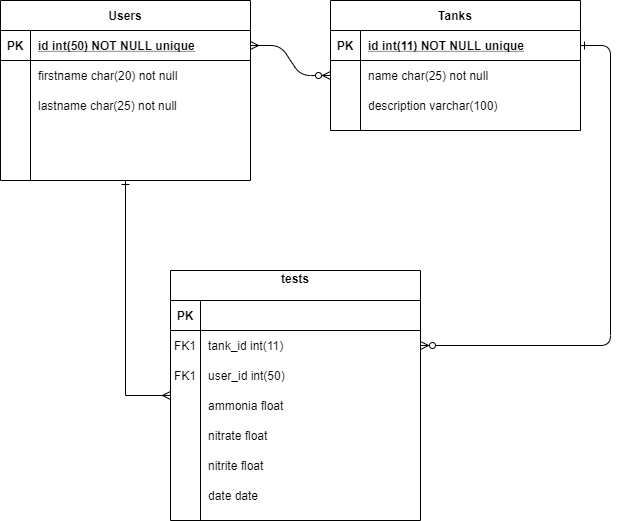
This is ERD.png from knightscode94/QA-SFIA, a draw.io export, as it was before one commit. Source tidied: cells renumbered, new cells last; positions are measured from the earlier drawing's top-left corner, leaving out a move shared by most shapes.
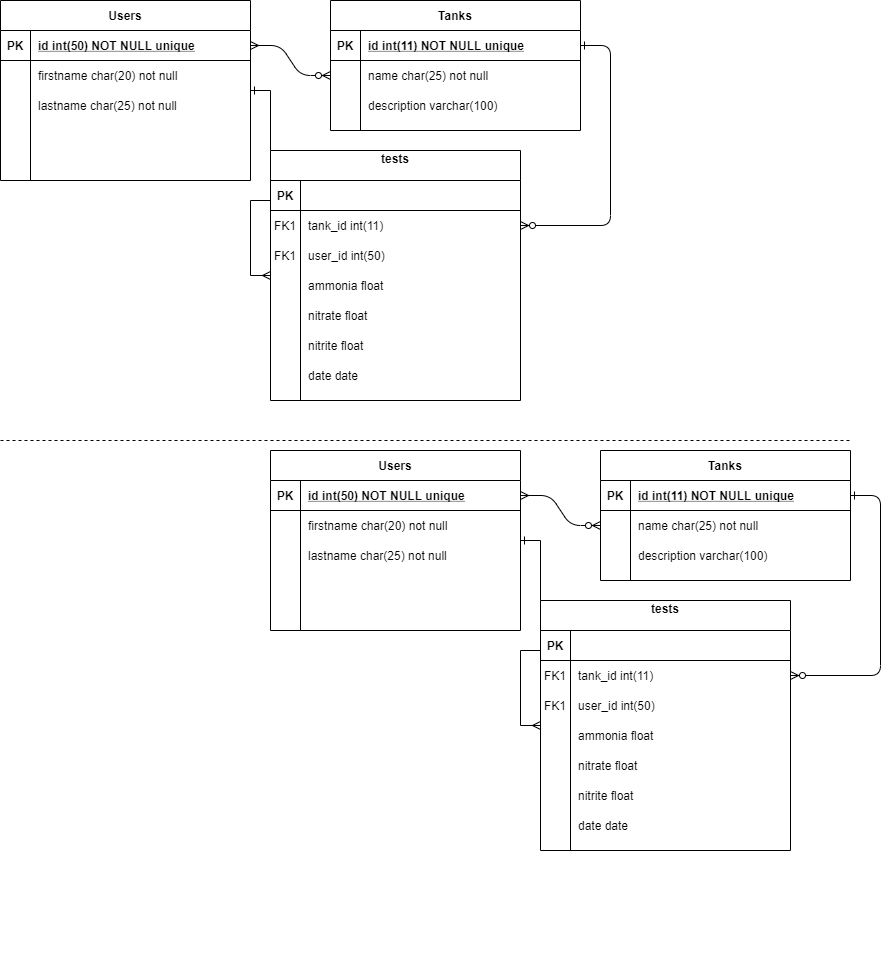
Above is the later version.

Diff of the diagram source:
```diff
@@ -2,13 +2,10 @@
   <root>
     <mxCell id="0" />
     <mxCell id="1" parent="0" />
-    <mxCell id="2" style="edgeStyle=entityRelationEdgeStyle;endArrow=ERzeroToMany;startArrow=ERmany;endFill=1;startFill=0;" parent="1" edge="1" source="6" target="18">
-      <mxGeometry relative="1" as="geometry" />
-    </mxCell>
-    <mxCell id="3" style="edgeStyle=entityRelationEdgeStyle;endArrow=ERzeroToMany;startArrow=ERone;endFill=1;startFill=0;" parent="1" edge="1" source="15" target="35">
-      <mxGeometry relative="1" as="geometry" />
-    </mxCell>
+    <mxCell id="42" style="group;" parent="1" vertex="1">
+      <mxGeometry x="-120" y="-120" width="580" height="520" as="geometry" />
+    </mxCell>
-    <mxCell id="4" style="group;" parent="1" vertex="1">
+    <mxCell id="4" style="group;" parent="42" vertex="1">
       <mxGeometry width="250" height="180" as="geometry" />
     </mxCell>
     <mxCell id="5" value="Users" style="shape=table;startSize=30;rowLines=0;fontStyle=1;align=center;" parent="4" vertex="1">
@@ -35,7 +32,7 @@
     <mxCell id="12" value="lastname char(25) not null" style="shape=partialRectangle;overflow=hidden;fillColor=none;top=0;left=0;bottom=0;right=0;align=left;spacingLeft=6;" parent="4" vertex="1">
       <mxGeometry x="30" y="90" width="220" height="30" as="geometry" />
     </mxCell>
-    <mxCell id="13" style="group;" parent="1" vertex="1">
+    <mxCell id="13" style="group;" parent="42" vertex="1">
       <mxGeometry x="330" width="250" height="130" as="geometry" />
     </mxCell>
     <mxCell id="14" value="Tanks" style="shape=table;startSize=30;rowLines=0;fontStyle=1;align=center;" parent="13" vertex="1">
@@ -68,8 +65,17 @@
     <mxCell id="23" value="description varchar(100)" style="shape=partialRectangle;overflow=hidden;fillColor=none;top=0;left=0;bottom=0;right=0;align=left;spacingLeft=6;" parent="21" vertex="1">
       <mxGeometry x="30" width="220" height="30" as="geometry" />
     </mxCell>
+    <mxCell id="2" style="edgeStyle=entityRelationEdgeStyle;endArrow=ERzeroToMany;startArrow=ERmany;endFill=1;startFill=0;" parent="42" edge="1" source="6" target="18">
+      <mxGeometry relative="1" as="geometry" />
+    </mxCell>
+    <mxCell id="3" style="edgeStyle=entityRelationEdgeStyle;endArrow=ERzeroToMany;startArrow=ERone;endFill=1;startFill=0;" parent="42" edge="1" source="15" target="35">
+      <mxGeometry relative="1" as="geometry" />
+    </mxCell>
+    <mxCell id="41" style="edgeStyle=orthogonalEdgeStyle;rounded=0;jettySize=auto;html=1;entryX=0;entryY=0.5;entryDx=0;entryDy=0;startArrow=ERone;startFill=0;endArrow=ERmany;endFill=0;" parent="42" edge="1" source="5" target="31">
+      <mxGeometry relative="1" as="geometry" />
+    </mxCell>
-    <mxCell id="24" style="group;" parent="1" vertex="1">
-      <mxGeometry x="170" y="270" width="250" height="250" as="geometry" />
+    <mxCell id="24" style="group;" parent="42" vertex="1">
+      <mxGeometry x="270" y="150" width="250" height="250" as="geometry" />
     </mxCell>
     <mxCell id="25" style="group;" parent="24" vertex="1">
       <mxGeometry width="250" height="250" as="geometry" />
@@ -119,8 +125,134 @@
     <mxCell id="40" value="user_id int(50)" style="shape=partialRectangle;overflow=hidden;fillColor=none;top=0;left=0;bottom=0;right=0;align=left;spacingLeft=6;" parent="38" vertex="1">
       <mxGeometry x="30" width="220" height="30" as="geometry" />
     </mxCell>
-    <mxCell id="41" style="edgeStyle=orthogonalEdgeStyle;rounded=0;jettySize=auto;html=1;entryX=0;entryY=0.5;entryDx=0;entryDy=0;startArrow=ERone;startFill=0;endArrow=ERmany;endFill=0;" parent="1" edge="1" source="5" target="31">
-      <mxGeometry relative="1" as="geometry" />
-    </mxCell>
+    <mxCell id="43" style="endArrow=none;dashed=1;html=1;" parent="1" edge="1">
+      <mxGeometry relative="1" as="geometry">
+        <mxPoint x="-120" y="320" as="sourcePoint" />
+        <mxPoint x="730" y="320" as="targetPoint" />
+      </mxGeometry>
+    </mxCell>
+    <mxCell id="44" style="group;" parent="1" vertex="1">
+      <mxGeometry x="150" y="330" width="580" height="520" as="geometry" />
+    </mxCell>
+    <mxCell id="45" style="group;" parent="44" vertex="1">
+      <mxGeometry width="250" height="180" as="geometry" />
+    </mxCell>
+    <mxCell id="46" value="Users" style="shape=table;startSize=30;rowLines=0;fontStyle=1;align=center;" parent="45" vertex="1">
+      <mxGeometry width="250" height="180" as="geometry" />
+    </mxCell>
+    <mxCell id="47" style="shape=partialRectangle;fillColor=none;points=[[0,0.5],[1,0.5]];portConstraint=eastwest;top=0;left=0;right=0;bottom=1;" parent="46" vertex="1">
+      <mxGeometry y="30" width="250" height="30" as="geometry" />
+    </mxCell>
+    <mxCell id="48" value="PK" style="shape=partialRectangle;overflow=hidden;fillColor=none;top=0;left=0;bottom=0;right=0;fontStyle=1;" parent="47" vertex="1">
+      <mxGeometry width="30" height="30" as="geometry" />
+    </mxCell>
+    <mxCell id="49" value="id int(50) NOT NULL unique" style="shape=partialRectangle;overflow=hidden;fillColor=none;top=0;left=0;bottom=0;right=0;align=left;spacingLeft=6;fontStyle=5;" parent="47" vertex="1">
+      <mxGeometry x="30" width="220" height="30" as="geometry" />
+    </mxCell>
+    <mxCell id="50" style="shape=partialRectangle;fillColor=none;top=0;left=0;right=0;bottom=0;" parent="46" vertex="1">
+      <mxGeometry y="60" width="250" height="30" as="geometry" />
+    </mxCell>
+    <mxCell id="51" style="shape=partialRectangle;overflow=hidden;fillColor=none;top=0;left=0;bottom=0;right=0;" parent="50" vertex="1">
+      <mxGeometry width="30" height="30" as="geometry" />
+    </mxCell>
+    <mxCell id="52" value="firstname char(20) not null" style="shape=partialRectangle;overflow=hidden;fillColor=none;top=0;left=0;bottom=0;right=0;align=left;spacingLeft=6;" parent="50" vertex="1">
+      <mxGeometry x="30" width="220" height="30" as="geometry" />
+    </mxCell>
+    <mxCell id="53" value="lastname char(25) not null" style="shape=partialRectangle;overflow=hidden;fillColor=none;top=0;left=0;bottom=0;right=0;align=left;spacingLeft=6;" parent="45" vertex="1">
+      <mxGeometry x="30" y="90" width="220" height="30" as="geometry" />
+    </mxCell>
+    <mxCell id="54" style="group;" parent="44" vertex="1">
+      <mxGeometry x="330" width="250" height="130" as="geometry" />
+    </mxCell>
+    <mxCell id="55" value="Tanks" style="shape=table;startSize=30;rowLines=0;fontStyle=1;align=center;" parent="54" vertex="1">
+      <mxGeometry width="250" height="130" as="geometry" />
+    </mxCell>
+    <mxCell id="56" style="shape=partialRectangle;fillColor=none;points=[[0,0.5],[1,0.5]];portConstraint=eastwest;top=0;left=0;right=0;bottom=1;" parent="55" vertex="1">
+      <mxGeometry y="30" width="250" height="30" as="geometry" />
+    </mxCell>
+    <mxCell id="57" value="PK" style="shape=partialRectangle;overflow=hidden;fillColor=none;top=0;left=0;bottom=0;right=0;fontStyle=1;" parent="56" vertex="1">
+      <mxGeometry width="30" height="30" as="geometry" />
+    </mxCell>
+    <mxCell id="58" value="id int(11) NOT NULL unique" style="shape=partialRectangle;overflow=hidden;fillColor=none;top=0;left=0;bottom=0;right=0;align=left;spacingLeft=6;fontStyle=5;" parent="56" vertex="1">
+      <mxGeometry x="30" width="220" height="30" as="geometry" />
+    </mxCell>
+    <mxCell id="59" style="shape=partialRectangle;fillColor=none;points=[[0,0.5],[1,0.5]];portConstraint=eastwest;top=0;left=0;right=0;bottom=0;" parent="55" vertex="1">
+      <mxGeometry y="60" width="250" height="30" as="geometry" />
+    </mxCell>
+    <mxCell id="60" style="shape=partialRectangle;overflow=hidden;fillColor=none;top=0;left=0;bottom=0;right=0;" parent="59" vertex="1">
+      <mxGeometry width="30" height="30" as="geometry" />
+    </mxCell>
+    <mxCell id="61" value="name char(25) not null" style="shape=partialRectangle;overflow=hidden;fillColor=none;top=0;left=0;bottom=0;right=0;align=left;spacingLeft=6;" parent="59" vertex="1">
+      <mxGeometry x="30" width="220" height="30" as="geometry" />
+    </mxCell>
+    <mxCell id="62" style="shape=partialRectangle;fillColor=none;top=0;left=0;right=0;bottom=0;" parent="55" vertex="1">
+      <mxGeometry y="90" width="250" height="30" as="geometry" />
+    </mxCell>
+    <mxCell id="63" style="shape=partialRectangle;overflow=hidden;fillColor=none;top=0;left=0;bottom=0;right=0;" parent="62" vertex="1">
+      <mxGeometry width="30" height="30" as="geometry" />
+    </mxCell>
+    <mxCell id="64" value="description varchar(100)" style="shape=partialRectangle;overflow=hidden;fillColor=none;top=0;left=0;bottom=0;right=0;align=left;spacingLeft=6;" parent="62" vertex="1">
+      <mxGeometry x="30" width="220" height="30" as="geometry" />
+    </mxCell>
+    <mxCell id="65" style="edgeStyle=entityRelationEdgeStyle;endArrow=ERzeroToMany;startArrow=ERmany;endFill=1;startFill=0;" parent="44" edge="1" source="47" target="59">
+      <mxGeometry relative="1" as="geometry" />
+    </mxCell>
+    <mxCell id="66" style="edgeStyle=entityRelationEdgeStyle;endArrow=ERzeroToMany;startArrow=ERone;endFill=1;startFill=0;" parent="44" edge="1" source="56" target="79">
+      <mxGeometry relative="1" as="geometry" />
+    </mxCell>
+    <mxCell id="67" style="edgeStyle=orthogonalEdgeStyle;rounded=0;jettySize=auto;html=1;entryX=0;entryY=0.5;entryDx=0;entryDy=0;startArrow=ERone;startFill=0;endArrow=ERmany;endFill=0;" parent="44" edge="1" source="46" target="75">
+      <mxGeometry relative="1" as="geometry" />
+    </mxCell>
+    <mxCell id="68" style="group;" parent="44" vertex="1">
+      <mxGeometry x="270" y="150" width="250" height="250" as="geometry" />
+    </mxCell>
+    <mxCell id="69" style="group;" parent="68" vertex="1">
+      <mxGeometry width="250" height="250" as="geometry" />
+    </mxCell>
+    <mxCell id="70" value="FK1" style="shape=partialRectangle;overflow=hidden;fillColor=none;top=0;left=0;bottom=0;right=0;" parent="69" vertex="1">
+      <mxGeometry y="90" width="30" height="30" as="geometry" />
+    </mxCell>
+    <mxCell id="71" value="ammonia float" style="shape=partialRectangle;overflow=hidden;fillColor=none;top=0;left=0;bottom=0;right=0;align=left;spacingLeft=6;" parent="69" vertex="1">
+      <mxGeometry x="30" y="120" width="220" height="30" as="geometry" />
+    </mxCell>
+    <mxCell id="72" value="nitrate float" style="shape=partialRectangle;overflow=hidden;fillColor=none;top=0;left=0;bottom=0;right=0;align=left;spacingLeft=6;" parent="69" vertex="1">
+      <mxGeometry x="30" y="150" width="220" height="30" as="geometry" />
+    </mxCell>
+    <mxCell id="73" value="nitrite float" style="shape=partialRectangle;overflow=hidden;fillColor=none;top=0;left=0;bottom=0;right=0;align=left;spacingLeft=6;" parent="69" vertex="1">
+      <mxGeometry x="30" y="180" width="220" height="30" as="geometry" />
+    </mxCell>
+    <mxCell id="74" value="date date" style="shape=partialRectangle;overflow=hidden;fillColor=none;top=0;left=0;bottom=0;right=0;align=left;spacingLeft=6;" parent="69" vertex="1">
+      <mxGeometry x="30" y="210" width="220" height="30" as="geometry" />
+    </mxCell>
+    <mxCell id="75" value="tests&#10;" style="shape=table;startSize=30;rowLines=0;fontStyle=1;align=center;" parent="68" vertex="1">
+      <mxGeometry width="250" height="250" as="geometry" />
+    </mxCell>
+    <mxCell id="76" style="shape=partialRectangle;fillColor=none;top=0;left=0;right=0;bottom=1;" parent="75" vertex="1">
+      <mxGeometry y="30" width="250" height="30" as="geometry" />
+    </mxCell>
+    <mxCell id="77" value="PK" style="shape=partialRectangle;overflow=hidden;fillColor=none;top=0;left=0;bottom=0;right=0;fontStyle=1;" parent="76" vertex="1">
+      <mxGeometry width="30" height="30" as="geometry" />
+    </mxCell>
+    <mxCell id="78" style="shape=partialRectangle;overflow=hidden;fillColor=none;top=0;left=0;bottom=0;right=0;align=left;spacingLeft=6;fontStyle=5;" parent="76" vertex="1">
+      <mxGeometry x="30" width="220" height="30" as="geometry" />
+    </mxCell>
+    <mxCell id="79" style="shape=partialRectangle;fillColor=none;points=[[0,0.5],[1,0.5]];portConstraint=eastwest;top=0;left=0;right=0;bottom=0;" parent="75" vertex="1">
+      <mxGeometry y="60" width="250" height="30" as="geometry" />
+    </mxCell>
+    <mxCell id="80" value="FK1" style="shape=partialRectangle;overflow=hidden;fillColor=none;top=0;left=0;bottom=0;right=0;" parent="79" vertex="1">
+      <mxGeometry width="30" height="30" as="geometry" />
+    </mxCell>
+    <mxCell id="81" value="tank_id int(11)" style="shape=partialRectangle;overflow=hidden;fillColor=none;top=0;left=0;bottom=0;right=0;align=left;spacingLeft=6;" parent="79" vertex="1">
+      <mxGeometry x="30" width="220" height="30" as="geometry" />
+    </mxCell>
+    <mxCell id="82" style="shape=partialRectangle;fillColor=none;top=0;left=0;right=0;bottom=0;" parent="75" vertex="1">
+      <mxGeometry y="90" width="250" height="30" as="geometry" />
+    </mxCell>
+    <mxCell id="83" style="shape=partialRectangle;overflow=hidden;fillColor=none;top=0;left=0;bottom=0;right=0;" parent="82" vertex="1">
+      <mxGeometry width="30" height="30" as="geometry" />
+    </mxCell>
+    <mxCell id="84" value="user_id int(50)" style="shape=partialRectangle;overflow=hidden;fillColor=none;top=0;left=0;bottom=0;right=0;align=left;spacingLeft=6;" parent="82" vertex="1">
+      <mxGeometry x="30" width="220" height="30" as="geometry" />
+    </mxCell>
   </root>
 </mxGraphModel>
```
